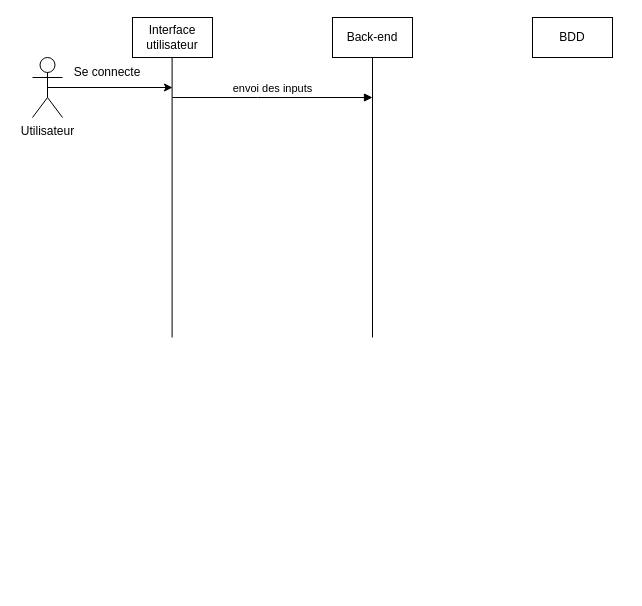
The draw.io diagram sequence.drawio in Thifanie/calendrier-avent, before the edit. Source tidied: cells renumbered, new cells numbered last; positions are measured from the earlier drawing's top-left corner, leaving out a move shared by most shapes. Both pictures are drawn from the tidied source at 100%, with x=0, y=0 at pixel (32, 17).
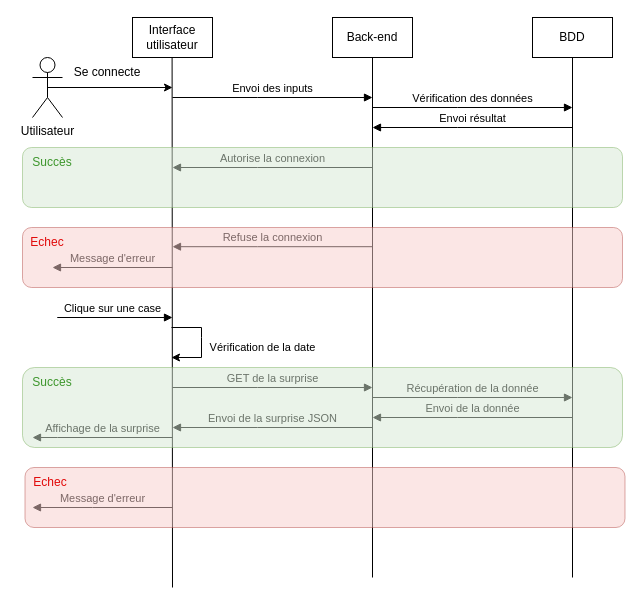
The same page after the edit.

Commit message (it also covers changes not shown here):
Mettre à jour sequence.drawio

Unchanged cells that the change refers to:
```xml
<mxCell id="5" value="Back-end" style="rounded=0;whiteSpace=wrap;html=1;" parent="1" vertex="1">
  <mxGeometry x="300" width="80" height="40" as="geometry" />
</mxCell>
<mxCell id="6" value="BDD" style="rounded=0;whiteSpace=wrap;html=1;" parent="1" vertex="1">
  <mxGeometry x="500" width="80" height="40" as="geometry" />
</mxCell>
```

The edit, as a diff of the source:
```diff
@@
-    <mxCell id="2" value="envoi des inputs" style="html=1;verticalAlign=bottom;endArrow=block;edgeStyle=elbowEdgeStyle;elbow=horizontal;curved=0;rounded=0;" parent="1" edge="1">
+    <mxCell id="2" value="Envoi des inputs" style="html=1;verticalAlign=bottom;endArrow=block;edgeStyle=elbowEdgeStyle;elbow=horizontal;curved=0;rounded=0;" parent="1" edge="1">
       <mxGeometry relative="1" as="geometry">
         <mxPoint x="140" y="80" as="sourcePoint" />
         <mxPoint x="340" y="80" as="targetPoint" />
         <Array as="points">
           <mxPoint x="225" y="80" />
         </Array>
       </mxGeometry>
     </mxCell>
@@
     <mxCell id="7" style="endArrow=none;html=1;rounded=0;entryX=0.5;entryY=1;entryDx=0;entryDy=0;" parent="1" edge="1">
       <mxGeometry relative="1" as="geometry">
-        <mxPoint x="139.6" y="320" as="sourcePoint" />
+        <mxPoint x="140" y="570" as="sourcePoint" />
         <mxPoint x="139.6" y="40" as="targetPoint" />
       </mxGeometry>
     </mxCell>
@@
     <mxCell id="10" style="endArrow=none;html=1;rounded=0;entryX=0.5;entryY=1;entryDx=0;entryDy=0;" parent="1" edge="1" target="5">
       <mxGeometry relative="1" as="geometry">
-        <mxPoint x="340" y="320" as="sourcePoint" />
+        <mxPoint x="340" y="560" as="sourcePoint" />
       </mxGeometry>
     </mxCell>
+    <mxCell id="11" style="endArrow=none;html=1;rounded=0;entryX=0.5;entryY=1;entryDx=0;entryDy=0;" parent="1" edge="1" target="6">
+      <mxGeometry relative="1" as="geometry">
+        <mxPoint x="540" y="560" as="sourcePoint" />
+      </mxGeometry>
+    </mxCell>
+    <mxCell id="12" value="Vérification des données" style="html=1;verticalAlign=bottom;endArrow=block;edgeStyle=elbowEdgeStyle;elbow=horizontal;curved=0;rounded=0;" parent="1" edge="1">
+      <mxGeometry relative="1" as="geometry">
+        <mxPoint x="340" y="90" as="sourcePoint" />
+        <mxPoint x="540" y="90" as="targetPoint" />
+        <Array as="points">
+          <mxPoint x="425" y="90" />
+        </Array>
+      </mxGeometry>
+    </mxCell>
+    <mxCell id="13" value="Envoi résultat" style="html=1;verticalAlign=bottom;endArrow=block;edgeStyle=elbowEdgeStyle;elbow=horizontal;curved=0;rounded=0;" parent="1" edge="1">
+      <mxGeometry relative="1" as="geometry">
+        <mxPoint x="540" y="110" as="sourcePoint" />
+        <mxPoint x="340" y="110" as="targetPoint" />
+        <Array as="points">
+          <mxPoint x="425" y="110" />
+        </Array>
+      </mxGeometry>
+    </mxCell>
+    <mxCell id="14" value="Autorise la connexion" style="html=1;verticalAlign=bottom;endArrow=block;edgeStyle=elbowEdgeStyle;elbow=horizontal;curved=0;rounded=0;" parent="1" edge="1">
+      <mxGeometry relative="1" as="geometry">
+        <mxPoint x="340" y="150" as="sourcePoint" />
+        <mxPoint x="140" y="150" as="targetPoint" />
+        <Array as="points">
+          <mxPoint x="225" y="150" />
+        </Array>
+      </mxGeometry>
+    </mxCell>
+    <mxCell id="15" style="rounded=1;whiteSpace=wrap;html=1;fillColor=#d5e8d4;strokeColor=#82b366;opacity=50;" parent="1" vertex="1">
+      <mxGeometry x="-10" y="130" width="600" height="60" as="geometry" />
+    </mxCell>
+    <mxCell id="16" value="Clique sur une case" style="html=1;verticalAlign=bottom;endArrow=block;edgeStyle=elbowEdgeStyle;elbow=horizontal;curved=0;rounded=0;" parent="1" edge="1">
+      <mxGeometry relative="1" as="geometry">
+        <mxPoint x="30" y="300" as="sourcePoint" />
+        <mxPoint x="140" y="300" as="targetPoint" />
+        <Array as="points">
+          <mxPoint x="25" y="300" />
+        </Array>
+      </mxGeometry>
+    </mxCell>
+    <mxCell id="17" value="Succès" style="text;html=1;align=center;verticalAlign=middle;whiteSpace=wrap;rounded=0;fontColor=#3d962c;" parent="1" vertex="1">
+      <mxGeometry x="-10" y="130" width="60" height="30" as="geometry" />
+    </mxCell>
+    <mxCell id="18" value="Refuse la connexion" style="html=1;verticalAlign=bottom;endArrow=block;edgeStyle=elbowEdgeStyle;elbow=horizontal;curved=0;rounded=0;" parent="1" edge="1">
+      <mxGeometry relative="1" as="geometry">
+        <mxPoint x="340" y="229.2" as="sourcePoint" />
+        <mxPoint x="140" y="229.2" as="targetPoint" />
+        <Array as="points">
+          <mxPoint x="225" y="229.2" />
+        </Array>
+      </mxGeometry>
+    </mxCell>
+    <mxCell id="19" value="Message d'erreur" style="html=1;verticalAlign=bottom;endArrow=block;edgeStyle=elbowEdgeStyle;elbow=horizontal;curved=0;rounded=0;" parent="1" edge="1">
+      <mxGeometry relative="1" as="geometry">
+        <mxPoint x="140" y="250" as="sourcePoint" />
+        <mxPoint x="20" y="250" as="targetPoint" />
+        <Array as="points">
+          <mxPoint x="25" y="250" />
+        </Array>
+      </mxGeometry>
+    </mxCell>
+    <mxCell id="20" value="Vérification de la date" style="endArrow=classic;html=1;rounded=0;" parent="1" edge="1">
+      <mxGeometry x="0.11" y="61" relative="1" as="geometry">
+        <mxPoint x="139" y="310" as="sourcePoint" />
+        <mxPoint x="139" y="340" as="targetPoint" />
+        <Array as="points">
+          <mxPoint x="169" y="310" />
+          <mxPoint x="169" y="320" />
+          <mxPoint x="169" y="340" />
+        </Array>
+      </mxGeometry>
+    </mxCell>
+    <mxCell id="21" value="GET de la surprise" style="html=1;verticalAlign=bottom;endArrow=block;edgeStyle=elbowEdgeStyle;elbow=horizontal;curved=0;rounded=0;" parent="1" edge="1">
+      <mxGeometry relative="1" as="geometry">
+        <mxPoint x="140" y="370" as="sourcePoint" />
+        <mxPoint x="340" y="370" as="targetPoint" />
+        <Array as="points">
+          <mxPoint x="225" y="370" />
+        </Array>
+      </mxGeometry>
+    </mxCell>
+    <mxCell id="22" value="Récupération de la donnée" style="html=1;verticalAlign=bottom;endArrow=block;edgeStyle=elbowEdgeStyle;elbow=horizontal;curved=0;rounded=0;" parent="1" edge="1">
+      <mxGeometry relative="1" as="geometry">
+        <mxPoint x="340" y="380" as="sourcePoint" />
+        <mxPoint x="540" y="380" as="targetPoint" />
+        <Array as="points">
+          <mxPoint x="425" y="380" />
+        </Array>
+      </mxGeometry>
+    </mxCell>
+    <mxCell id="23" value="Envoi de la donnée" style="html=1;verticalAlign=bottom;endArrow=block;edgeStyle=elbowEdgeStyle;elbow=horizontal;curved=0;rounded=0;" parent="1" edge="1">
+      <mxGeometry relative="1" as="geometry">
+        <mxPoint x="540" y="400" as="sourcePoint" />
+        <mxPoint x="340" y="400" as="targetPoint" />
+        <Array as="points">
+          <mxPoint x="425" y="400" />
+        </Array>
+      </mxGeometry>
+    </mxCell>
+    <mxCell id="24" value="Envoi de la surprise JSON" style="html=1;verticalAlign=bottom;endArrow=block;edgeStyle=elbowEdgeStyle;elbow=horizontal;curved=0;rounded=0;" parent="1" edge="1">
+      <mxGeometry relative="1" as="geometry">
+        <mxPoint x="340" y="410" as="sourcePoint" />
+        <mxPoint x="140" y="410" as="targetPoint" />
+        <Array as="points">
+          <mxPoint x="225" y="410" />
+        </Array>
+      </mxGeometry>
+    </mxCell>
+    <mxCell id="25" value="Affichage de la surprise" style="html=1;verticalAlign=bottom;endArrow=block;edgeStyle=elbowEdgeStyle;elbow=horizontal;curved=0;rounded=0;" parent="1" edge="1">
+      <mxGeometry relative="1" as="geometry">
+        <mxPoint x="140" y="420" as="sourcePoint" />
+        <mxPoint y="420" as="targetPoint" />
+        <Array as="points">
+          <mxPoint x="25" y="420" />
+        </Array>
+      </mxGeometry>
+    </mxCell>
+    <mxCell id="26" style="rounded=1;whiteSpace=wrap;html=1;fillColor=#d5e8d4;strokeColor=#82b366;opacity=50;" parent="1" vertex="1">
+      <mxGeometry x="-10" y="350" width="600" height="80" as="geometry" />
+    </mxCell>
+    <mxCell id="27" value="Succès" style="text;html=1;align=center;verticalAlign=middle;whiteSpace=wrap;rounded=0;fontColor=#3d962c;" parent="1" vertex="1">
+      <mxGeometry x="-10" y="350" width="60" height="30" as="geometry" />
+    </mxCell>
+    <mxCell id="28" value="Message d'erreur" style="html=1;verticalAlign=bottom;endArrow=block;edgeStyle=elbowEdgeStyle;elbow=horizontal;curved=0;rounded=0;" parent="1" edge="1">
+      <mxGeometry relative="1" as="geometry">
+        <mxPoint x="140" y="490" as="sourcePoint" />
+        <mxPoint y="490" as="targetPoint" />
+        <Array as="points">
+          <mxPoint x="60" y="490" />
+        </Array>
+      </mxGeometry>
+    </mxCell>
+    <mxCell id="29" style="rounded=1;whiteSpace=wrap;html=1;fillColor=#f8cecc;strokeColor=#b85450;opacity=50;" parent="1" vertex="1">
+      <mxGeometry x="-10" y="210" width="600" height="60" as="geometry" />
+    </mxCell>
+    <mxCell id="30" value="Echec" style="text;html=1;align=center;verticalAlign=middle;whiteSpace=wrap;rounded=0;fontColor=#e10909;" parent="1" vertex="1">
+      <mxGeometry x="-15" y="210" width="60" height="30" as="geometry" />
+    </mxCell>
+    <mxCell id="31" style="group;" parent="1" vertex="1">
+      <mxGeometry x="-12.5" y="450" width="605" height="60" as="geometry" />
+    </mxCell>
+    <mxCell id="32" style="rounded=1;whiteSpace=wrap;html=1;fillColor=#f8cecc;strokeColor=#b85450;opacity=50;" parent="31" vertex="1">
+      <mxGeometry x="5" width="600" height="60" as="geometry" />
+    </mxCell>
+    <mxCell id="33" value="Echec" style="text;html=1;align=center;verticalAlign=middle;whiteSpace=wrap;rounded=0;fontColor=#e10909;" parent="31" vertex="1">
+      <mxGeometry width="60" height="30" as="geometry" />
+    </mxCell>
```
